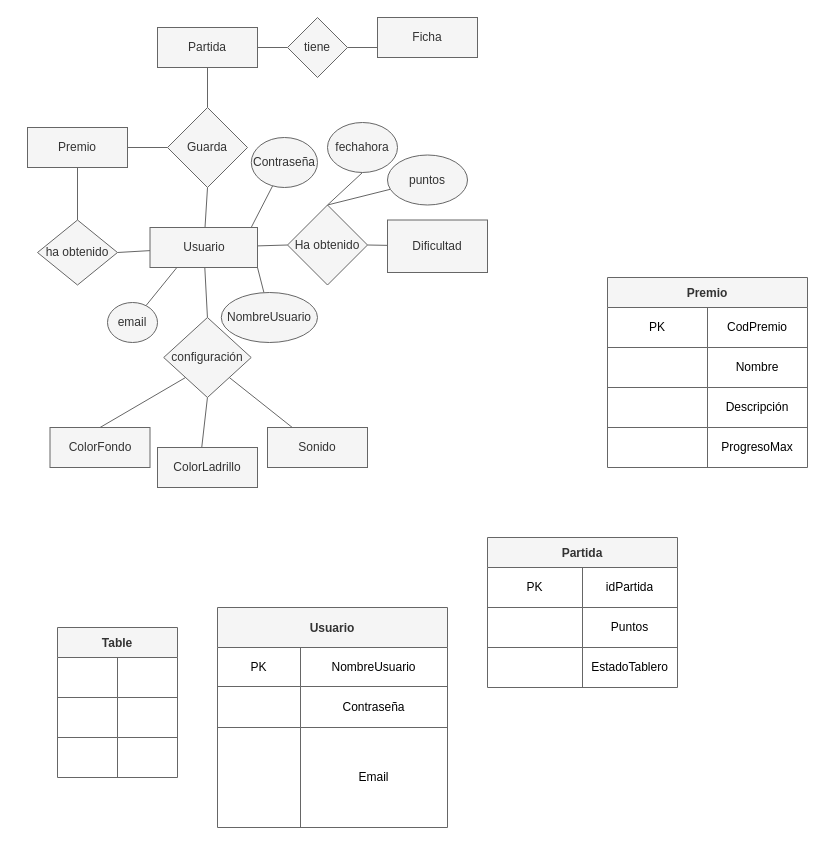
Earlier version of the draw.io diagram documentacion/dbdd.drawio (mikel-egana-aranguren/ADSI-22-23-Tetris). Source tidied: cells renumbered, new cells numbered last; positions are measured from the earlier drawing's top-left corner, leaving out a move shared by most shapes. Both pictures are drawn from the tidied source at 100%, with x=0, y=0 at pixel (27, 17).
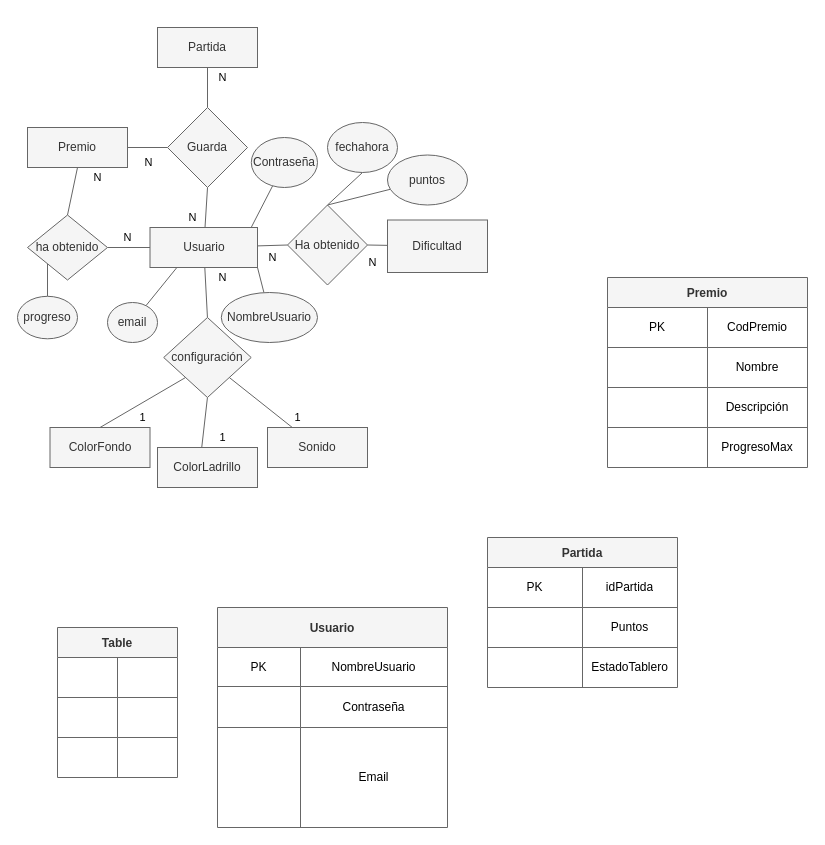
After the change.

Commit message:
cardinalidad de la base de datos

Unchanged cells that the change refers to:
```xml
<mxCell id="46" value="Partida" style="rounded=0;whiteSpace=wrap;html=1;fillColor=#f5f5f5;fontColor=#333333;strokeColor=#666666;" parent="1" vertex="1">
  <mxGeometry x="130" y="10" width="100" height="40" as="geometry" />
</mxCell>
```

What changed in the source:
```diff
@@
-    <mxCell id="45" style="edgeStyle=none;shape=connector;rounded=1;html=1;exitX=1;exitY=0.5;exitDx=0;exitDy=0;labelBackgroundColor=default;fontFamily=Helvetica;fontSize=12;fontColor=#333333;endArrow=none;endFill=0;strokeColor=#666666;fillColor=#f5f5f5;" parent="1" edge="1" source="46" target="49">
-      <mxGeometry relative="1" as="geometry" />
-    </mxCell>
@@
-    <mxCell id="47" value="Ficha" style="rounded=0;whiteSpace=wrap;html=1;fillColor=#f5f5f5;fontColor=#333333;strokeColor=#666666;" parent="1" vertex="1">
-      <mxGeometry x="350" width="100" height="40" as="geometry" />
-    </mxCell>
-    <mxCell id="48" style="edgeStyle=none;shape=connector;rounded=1;html=1;exitX=1;exitY=0.5;exitDx=0;exitDy=0;entryX=0;entryY=0.75;entryDx=0;entryDy=0;labelBackgroundColor=default;fontFamily=Helvetica;fontSize=12;fontColor=#333333;endArrow=none;endFill=0;strokeColor=#666666;fillColor=#f5f5f5;" parent="1" edge="1" source="49" target="47">
-      <mxGeometry relative="1" as="geometry" />
-    </mxCell>
-    <mxCell id="49" value="tiene" style="rhombus;whiteSpace=wrap;html=1;fillColor=#f5f5f5;fontColor=#333333;strokeColor=#666666;" parent="1" vertex="1">
-      <mxGeometry x="260" width="60" height="60" as="geometry" />
-    </mxCell>
@@
+    <mxCell id="81" style="edgeStyle=none;html=1;exitX=0;exitY=1;exitDx=0;exitDy=0;entryX=0.5;entryY=0;entryDx=0;entryDy=0;fillColor=#f5f5f5;strokeColor=#666666;endArrow=none;endFill=0;" parent="1" edge="1" source="61" target="82">
+      <mxGeometry relative="1" as="geometry" />
+    </mxCell>
     <mxCell id="61" value="ha obtenido" style="rhombus;whiteSpace=wrap;html=1;rounded=0;fontFamily=Helvetica;fontSize=12;fontColor=#333333;strokeColor=#666666;fillColor=#f5f5f5;" parent="1" vertex="1">
-      <mxGeometry x="10" y="202.5" width="80" height="65" as="geometry" />
+      <mxGeometry y="197.5" width="80" height="65" as="geometry" />
     </mxCell>
@@
+    <mxCell id="82" value="progreso" style="ellipse;whiteSpace=wrap;html=1;rounded=0;fontFamily=Helvetica;fontSize=12;fontColor=#333333;strokeColor=#666666;fillColor=#f5f5f5;" parent="1" vertex="1">
+      <mxGeometry x="-10" y="278.8" width="60" height="42.5" as="geometry" />
+    </mxCell>
+    <mxCell id="83" value="N" style="text;html=1;align=center;verticalAlign=middle;strokeColor=none;fillColor=none;fontSize=11;fontFamily=Helvetica;fontColor=#000000;" parent="1" vertex="1">
+      <mxGeometry x="90" y="210" width="20" height="20" as="geometry" />
+    </mxCell>
+    <mxCell id="84" value="N" style="text;html=1;align=center;verticalAlign=middle;strokeColor=none;fillColor=none;fontSize=11;fontFamily=Helvetica;fontColor=#000000;" parent="1" vertex="1">
+      <mxGeometry x="60" y="150" width="20" height="20" as="geometry" />
+    </mxCell>
+    <mxCell id="85" value="N" style="text;html=1;align=center;verticalAlign=middle;strokeColor=none;fillColor=none;fontSize=11;fontFamily=Helvetica;fontColor=#000000;" parent="1" vertex="1">
+      <mxGeometry x="155" y="190" width="20" height="20" as="geometry" />
+    </mxCell>
+    <mxCell id="86" value="N" style="text;html=1;align=center;verticalAlign=middle;strokeColor=none;fillColor=none;fontSize=11;fontFamily=Helvetica;fontColor=#000000;" parent="1" vertex="1">
+      <mxGeometry x="111.2" y="135" width="20" height="20" as="geometry" />
+    </mxCell>
+    <mxCell id="87" value="N" style="text;html=1;align=center;verticalAlign=middle;strokeColor=none;fillColor=none;fontSize=11;fontFamily=Helvetica;fontColor=#000000;" parent="1" vertex="1">
+      <mxGeometry x="185" y="50" width="20" height="20" as="geometry" />
+    </mxCell>
+    <mxCell id="88" value="N" style="text;html=1;align=center;verticalAlign=middle;strokeColor=none;fillColor=none;fontSize=11;fontFamily=Helvetica;fontColor=#000000;" parent="1" vertex="1">
+      <mxGeometry x="235" y="230" width="20" height="20" as="geometry" />
+    </mxCell>
+    <mxCell id="89" value="N" style="text;html=1;align=center;verticalAlign=middle;strokeColor=none;fillColor=none;fontSize=11;fontFamily=Helvetica;fontColor=#000000;" parent="1" vertex="1">
+      <mxGeometry x="335" y="235" width="20" height="20" as="geometry" />
+    </mxCell>
+    <mxCell id="90" value="N" style="text;html=1;align=center;verticalAlign=middle;strokeColor=none;fillColor=none;fontSize=11;fontFamily=Helvetica;fontColor=#000000;" parent="1" vertex="1">
+      <mxGeometry x="185" y="250" width="20" height="20" as="geometry" />
+    </mxCell>
+    <mxCell id="91" value="1" style="text;html=1;align=center;verticalAlign=middle;strokeColor=none;fillColor=none;fontSize=11;fontFamily=Helvetica;fontColor=#000000;" parent="1" vertex="1">
+      <mxGeometry x="260" y="390" width="20" height="20" as="geometry" />
+    </mxCell>
+    <mxCell id="92" value="1" style="text;html=1;align=center;verticalAlign=middle;strokeColor=none;fillColor=none;fontSize=11;fontFamily=Helvetica;fontColor=#000000;" parent="1" vertex="1">
+      <mxGeometry x="185" y="410" width="20" height="20" as="geometry" />
+    </mxCell>
+    <mxCell id="93" value="1" style="text;html=1;align=center;verticalAlign=middle;strokeColor=none;fillColor=none;fontSize=11;fontFamily=Helvetica;fontColor=#000000;" parent="1" vertex="1">
+      <mxGeometry x="105" y="390" width="20" height="20" as="geometry" />
+    </mxCell>
```
